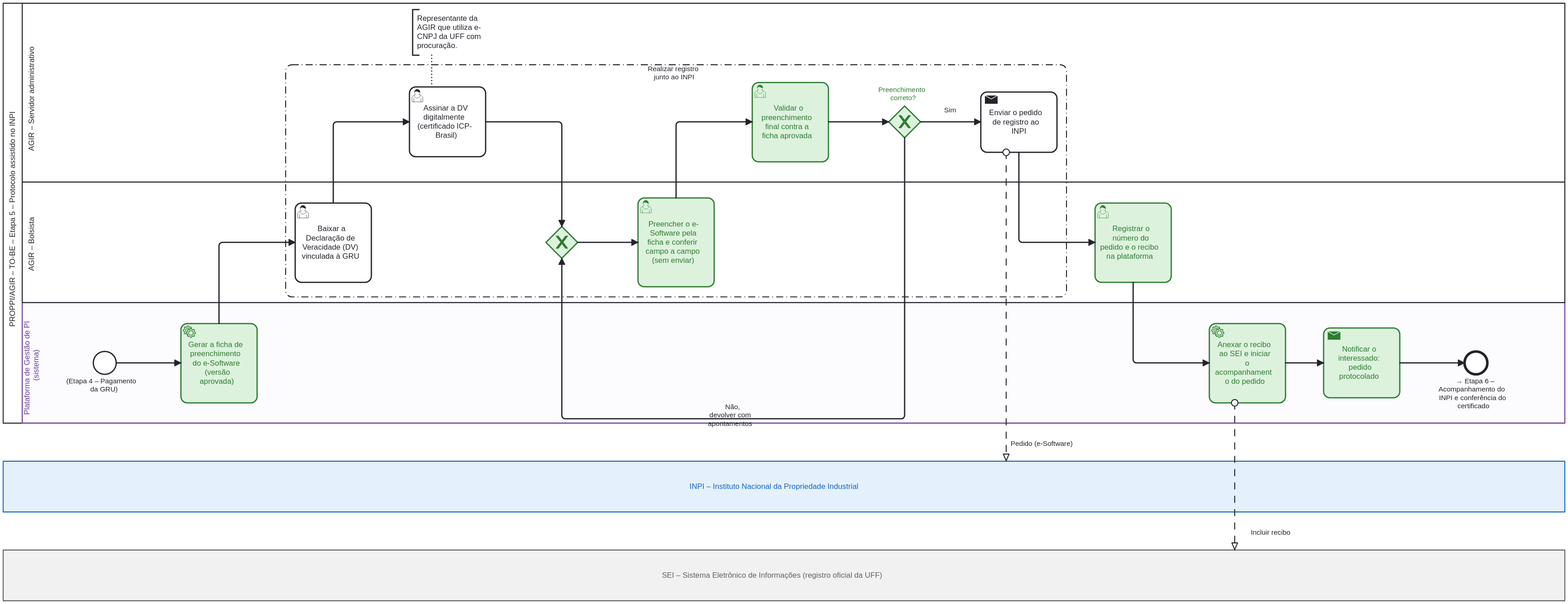
This is processos/registro-software/to-be/etapas/05-protocolo.svg from Amaro-peter/modelagem-bpmn-agir, a BPMN export, as it was before one commit. Its source is kept beside it as processos/registro-software/to-be/etapas/05-protocolo.bpmn. Ids are renumbered.
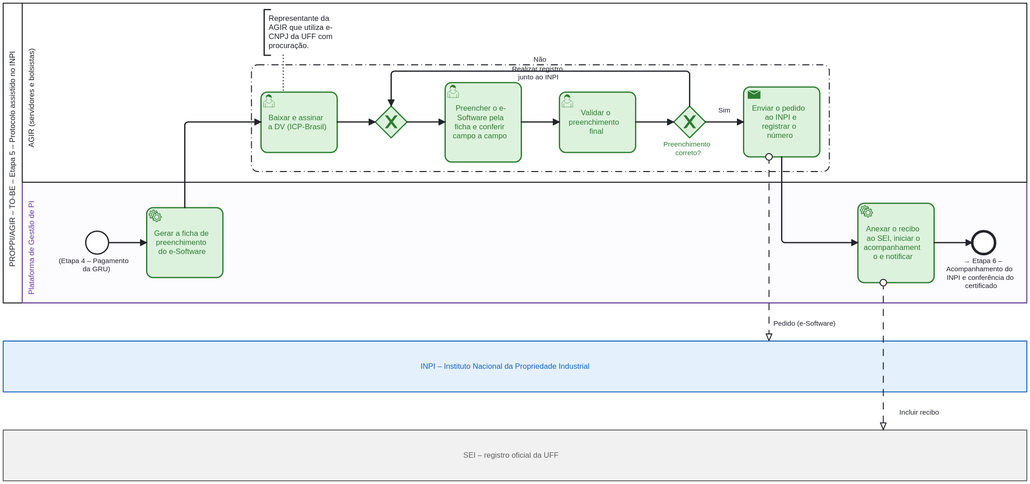
After the commit.

Change to the diagram source:
```diff
@@ -2,101 +2,81 @@
   <bpmn:collaboration id="Collab_ToBe_Registro_Software_Etapa5">
     <bpmn:participant id="Pool_PROPPI" name="PROPPI/AGIR – TO-BE – Etapa 5 – Protocolo assistido no INPI" processRef="ToBe_Registro_Software_Etapa5" />
     <bpmn:participant id="Pool_INPI" name="INPI – Instituto Nacional da Propriedade Industrial" />
-    <bpmn:participant id="Pool_SEI" name="SEI – Sistema Eletrônico de Informações (registro oficial da UFF)" />
+    <bpmn:participant id="Pool_SEI" name="SEI – registro oficial da UFF" />
     <bpmn:messageFlow id="Msg_1" name="Incluir recibo" sourceRef="t_monit" targetRef="Pool_SEI" />
     <bpmn:messageFlow id="Msg_2" name="Pedido (e-Software)" sourceRef="t_envia" targetRef="Pool_INPI" />
   </bpmn:collaboration>
   <bpmn:process id="ToBe_Registro_Software_Etapa5" name="PROPPI/AGIR – TO-BE – Etapa 5 – Protocolo assistido no INPI" isExecutable="false">
     <bpmn:laneSet id="ToBe_Registro_Software_Etapa5_lanes">
-      <bpmn:lane id="L_SERV" name="AGIR – Servidor administrativo">
-        <bpmn:flowNodeRef>t_dv_ass</bpmn:flowNodeRef>
+      <bpmn:lane id="L_AGIR" name="AGIR (servidores e bolsistas)">
+        <bpmn:flowNodeRef>t_dv</bpmn:flowNodeRef>
+        <bpmn:flowNodeRef>j_fill</bpmn:flowNodeRef>
+        <bpmn:flowNodeRef>t_fill</bpmn:flowNodeRef>
         <bpmn:flowNodeRef>t_valfinal</bpmn:flowNodeRef>
         <bpmn:flowNodeRef>g_valfinal</bpmn:flowNodeRef>
         <bpmn:flowNodeRef>t_envia</bpmn:flowNodeRef>
       </bpmn:lane>
-      <bpmn:lane id="L_BOLS" name="AGIR – Bolsista">
-        <bpmn:flowNodeRef>t_dv</bpmn:flowNodeRef>
-        <bpmn:flowNodeRef>j_fill</bpmn:flowNodeRef>
-        <bpmn:flowNodeRef>t_fill</bpmn:flowNodeRef>
-        <bpmn:flowNodeRef>t_recibo</bpmn:flowNodeRef>
-      </bpmn:lane>
-      <bpmn:lane id="L_PLAT" name="Plataforma de Gestão de PI (sistema)">
+      <bpmn:lane id="L_PLAT" name="Plataforma de Gestão de PI">
         <bpmn:flowNodeRef>t_ficha</bpmn:flowNodeRef>
         <bpmn:flowNodeRef>t_monit</bpmn:flowNodeRef>
-        <bpmn:flowNodeRef>t_not5</bpmn:flowNodeRef>
         <bpmn:flowNodeRef>ini_t_ficha_e4</bpmn:flowNodeRef>
-        <bpmn:flowNodeRef>fim_t_not5_e6</bpmn:flowNodeRef>
+        <bpmn:flowNodeRef>fim_t_monit_e6</bpmn:flowNodeRef>
       </bpmn:lane>
     </bpmn:laneSet>
-    <bpmn:serviceTask id="t_ficha" name="Gerar a ficha de preenchimento do e-Software (versão aprovada)">
+    <bpmn:serviceTask id="t_ficha" name="Gerar a ficha de preenchimento do e-Software">
       <bpmn:incoming>ToBe_Registro_Software_Etapa5_f1</bpmn:incoming>
       <bpmn:outgoing>ToBe_Registro_Software_Etapa5_f2</bpmn:outgoing>
     </bpmn:serviceTask>
-    <bpmn:userTask id="t_dv" name="Baixar a Declaração de Veracidade (DV) vinculada à GRU">
+    <bpmn:userTask id="t_dv" name="Baixar e assinar a DV (ICP-Brasil)">
       <bpmn:incoming>ToBe_Registro_Software_Etapa5_f2</bpmn:incoming>
       <bpmn:outgoing>ToBe_Registro_Software_Etapa5_f3</bpmn:outgoing>
     </bpmn:userTask>
-    <bpmn:userTask id="t_dv_ass" name="Assinar a DV digitalmente (certificado ICP-Brasil)">
+    <bpmn:exclusiveGateway id="j_fill">
       <bpmn:incoming>ToBe_Registro_Software_Etapa5_f3</bpmn:incoming>
+      <bpmn:incoming>ToBe_Registro_Software_Etapa5_f7</bpmn:incoming>
       <bpmn:outgoing>ToBe_Registro_Software_Etapa5_f4</bpmn:outgoing>
+    </bpmn:exclusiveGateway>
+    <bpmn:userTask id="t_fill" name="Preencher o e-Software pela ficha e conferir campo a campo">
+      <bpmn:incoming>ToBe_Registro_Software_Etapa5_f4</bpmn:incoming>
+      <bpmn:outgoing>ToBe_Registro_Software_Etapa5_f5</bpmn:outgoing>
     </bpmn:userTask>
-    <bpmn:exclusiveGateway id="j_fill">
-      <bpmn:incoming>ToBe_Registro_Software_Etapa5_f4</bpmn:incoming>
-      <bpmn:incoming>ToBe_Registro_Software_Etapa5_f8</bpmn:incoming>
-      <bpmn:outgoing>ToBe_Registro_Software_Etapa5_f5</bpmn:outgoing>
-    </bpmn:exclusiveGateway>
-    <bpmn:userTask id="t_fill" name="Preencher o e-Software pela ficha e conferir campo a campo (sem enviar)">
+    <bpmn:userTask id="t_valfinal" name="Validar o preenchimento final">
       <bpmn:incoming>ToBe_Registro_Software_Etapa5_f5</bpmn:incoming>
       <bpmn:outgoing>ToBe_Registro_Software_Etapa5_f6</bpmn:outgoing>
     </bpmn:userTask>
-    <bpmn:userTask id="t_valfinal" name="Validar o preenchimento final contra a ficha aprovada">
+    <bpmn:exclusiveGateway id="g_valfinal" name="Preenchimento correto?">
       <bpmn:incoming>ToBe_Registro_Software_Etapa5_f6</bpmn:incoming>
       <bpmn:outgoing>ToBe_Registro_Software_Etapa5_f7</bpmn:outgoing>
-    </bpmn:userTask>
-    <bpmn:exclusiveGateway id="g_valfinal" name="Preenchimento correto?">
-      <bpmn:incoming>ToBe_Registro_Software_Etapa5_f7</bpmn:incoming>
       <bpmn:outgoing>ToBe_Registro_Software_Etapa5_f8</bpmn:outgoing>
+    </bpmn:exclusiveGateway>
+    <bpmn:sendTask id="t_envia" name="Enviar o pedido ao INPI e registrar o número">
+      <bpmn:incoming>ToBe_Registro_Software_Etapa5_f8</bpmn:incoming>
       <bpmn:outgoing>ToBe_Registro_Software_Etapa5_f9</bpmn:outgoing>
-    </bpmn:exclusiveGateway>
-    <bpmn:sendTask id="t_envia" name="Enviar o pedido de registro ao INPI">
+    </bpmn:sendTask>
+    <bpmn:serviceTask id="t_monit" name="Anexar o recibo ao SEI, iniciar o acompanhamento e notificar">
       <bpmn:incoming>ToBe_Registro_Software_Etapa5_f9</bpmn:incoming>
       <bpmn:outgoing>ToBe_Registro_Software_Etapa5_f10</bpmn:outgoing>
-    </bpmn:sendTask>
-    <bpmn:userTask id="t_recibo" name="Registrar o número do pedido e o recibo na plataforma">
-      <bpmn:incoming>ToBe_Registro_Software_Etapa5_f10</bpmn:incoming>
-      <bpmn:outgoing>ToBe_Registro_Software_Etapa5_f11</bpmn:outgoing>
-    </bpmn:userTask>
-    <bpmn:serviceTask id="t_monit" name="Anexar o recibo ao SEI e iniciar o acompanhamento do pedido">
-      <bpmn:incoming>ToBe_Registro_Software_Etapa5_f11</bpmn:incoming>
-      <bpmn:outgoing>ToBe_Registro_Software_Etapa5_f12</bpmn:outgoing>
     </bpmn:serviceTask>
-    <bpmn:sendTask id="t_not5" name="Notificar o interessado: pedido protocolado">
-      <bpmn:incoming>ToBe_Registro_Software_Etapa5_f12</bpmn:incoming>
-      <bpmn:outgoing>ToBe_Registro_Software_Etapa5_f13</bpmn:outgoing>
-    </bpmn:sendTask>
     <bpmn:startEvent id="ini_t_ficha_e4" name="(Etapa 4 – Pagamento da GRU)">
       <bpmn:outgoing>ToBe_Registro_Software_Etapa5_f1</bpmn:outgoing>
     </bpmn:startEvent>
-    <bpmn:endEvent id="fim_t_not5_e6" name="→ Etapa 6 – Acompanhamento do INPI e conferência do certificado">
-      <bpmn:incoming>ToBe_Registro_Software_Etapa5_f13</bpmn:incoming>
+    <bpmn:endEvent id="fim_t_monit_e6" name="→ Etapa 6 – Acompanhamento do INPI e conferência do certificado">
+      <bpmn:incoming>ToBe_Registro_Software_Etapa5_f10</bpmn:incoming>
     </bpmn:endEvent>
     <bpmn:sequenceFlow id="ToBe_Registro_Software_Etapa5_f1" sourceRef="ini_t_ficha_e4" targetRef="t_ficha" />
     <bpmn:sequenceFlow id="ToBe_Registro_Software_Etapa5_f2" sourceRef="t_ficha" targetRef="t_dv" />
-    <bpmn:sequenceFlow id="ToBe_Registro_Software_Etapa5_f3" sourceRef="t_dv" targetRef="t_dv_ass" />
-    <bpmn:sequenceFlow id="ToBe_Registro_Software_Etapa5_f4" sourceRef="t_dv_ass" targetRef="j_fill" />
-    <bpmn:sequenceFlow id="ToBe_Registro_Software_Etapa5_f5" sourceRef="j_fill" targetRef="t_fill" />
-    <bpmn:sequenceFlow id="ToBe_Registro_Software_Etapa5_f6" sourceRef="t_fill" targetRef="t_valfinal" />
-    <bpmn:sequenceFlow id="ToBe_Registro_Software_Etapa5_f7" sourceRef="t_valfinal" targetRef="g_valfinal" />
-    <bpmn:sequenceFlow id="ToBe_Registro_Software_Etapa5_f8" name="Não, devolver com apontamentos" sourceRef="g_valfinal" targetRef="j_fill" />
-    <bpmn:sequenceFlow id="ToBe_Registro_Software_Etapa5_f9" name="Sim" sourceRef="g_valfinal" targetRef="t_envia" />
-    <bpmn:sequenceFlow id="ToBe_Registro_Software_Etapa5_f10" sourceRef="t_envia" targetRef="t_recibo" />
-    <bpmn:sequenceFlow id="ToBe_Registro_Software_Etapa5_f11" sourceRef="t_recibo" targetRef="t_monit" />
-    <bpmn:sequenceFlow id="ToBe_Registro_Software_Etapa5_f12" sourceRef="t_monit" targetRef="t_not5" />
-    <bpmn:sequenceFlow id="ToBe_Registro_Software_Etapa5_f13" sourceRef="t_not5" targetRef="fim_t_not5_e6" />
-    <bpmn:textAnnotation id="t_dv_ass_note">
+    <bpmn:sequenceFlow id="ToBe_Registro_Software_Etapa5_f3" sourceRef="t_dv" targetRef="j_fill" />
+    <bpmn:sequenceFlow id="ToBe_Registro_Software_Etapa5_f4" sourceRef="j_fill" targetRef="t_fill" />
+    <bpmn:sequenceFlow id="ToBe_Registro_Software_Etapa5_f5" sourceRef="t_fill" targetRef="t_valfinal" />
+    <bpmn:sequenceFlow id="ToBe_Registro_Software_Etapa5_f6" sourceRef="t_valfinal" targetRef="g_valfinal" />
+    <bpmn:sequenceFlow id="ToBe_Registro_Software_Etapa5_f7" name="Não" sourceRef="g_valfinal" targetRef="j_fill" />
+    <bpmn:sequenceFlow id="ToBe_Registro_Software_Etapa5_f8" name="Sim" sourceRef="g_valfinal" targetRef="t_envia" />
+    <bpmn:sequenceFlow id="ToBe_Registro_Software_Etapa5_f9" sourceRef="t_envia" targetRef="t_monit" />
+    <bpmn:sequenceFlow id="ToBe_Registro_Software_Etapa5_f10" sourceRef="t_monit" targetRef="fim_t_monit_e6" />
+    <bpmn:textAnnotation id="t_dv_note">
       <bpmn:text>Representante da AGIR que utiliza e-CNPJ da UFF com procuração.</bpmn:text>
     </bpmn:textAnnotation>
-    <bpmn:association id="t_dv_ass_assoc" sourceRef="t_dv_ass" targetRef="t_dv_ass_note" />
+    <bpmn:association id="t_dv_assoc" sourceRef="t_dv" targetRef="t_dv_note" />
     <bpmn:group id="G_REG_INPI" categoryValueRef="G_REG_INPI_cv" />
   </bpmn:process>
   <bpmn:category id="G_REG_INPI_cat">
@@ -105,153 +85,125 @@
   <bpmndi:BPMNDiagram id="BPMNDiagram_Collab_ToBe_Registro_Software_Etapa5">
     <bpmndi:BPMNPlane id="BPMNPlane_Collab_ToBe_Registro_Software_Etapa5" bpmnElement="Collab_ToBe_Registro_Software_Etapa5">
       <bpmndi:BPMNShape id="Pool_PROPPI_di" bpmnElement="Pool_PROPPI" isHorizontal="true">
-        <dc:Bounds x="0" y="0" width="2460" height="662" />
+        <dc:Bounds x="0" y="0" width="1612" height="472" />
       </bpmndi:BPMNShape>
-      <bpmndi:BPMNShape id="L_SERV_di" bpmnElement="L_SERV" isHorizontal="true">
-        <dc:Bounds x="30" y="0" width="2430" height="282" />
-      </bpmndi:BPMNShape>
-      <bpmndi:BPMNShape id="L_BOLS_di" bpmnElement="L_BOLS" isHorizontal="true">
-        <dc:Bounds x="30" y="282" width="2430" height="190" />
+      <bpmndi:BPMNShape id="L_AGIR_di" bpmnElement="L_AGIR" isHorizontal="true">
+        <dc:Bounds x="30" y="0" width="1582" height="282" />
       </bpmndi:BPMNShape>
       <bpmndi:BPMNShape id="L_PLAT_di" bpmnElement="L_PLAT" isHorizontal="true" bioc:stroke="#6a3d9a" bioc:fill="#f3eefa" color:background-color="#f3eefa" color:border-color="#6a3d9a">
-        <dc:Bounds x="30" y="472" width="2430" height="190" />
+        <dc:Bounds x="30" y="282" width="1582" height="190" />
       </bpmndi:BPMNShape>
       <bpmndi:BPMNShape id="G_REG_INPI_di" bpmnElement="G_REG_INPI">
-        <dc:Bounds x="445" y="97" width="1230" height="366" />
+        <dc:Bounds x="391" y="97" width="910" height="168" />
       </bpmndi:BPMNShape>
       <bpmndi:BPMNShape id="t_ficha_di" bpmnElement="t_ficha" bioc:stroke="#2e7d32" bioc:fill="#dcf2dc" color:background-color="#dcf2dc" color:border-color="#2e7d32">
-        <dc:Bounds x="280" y="505" width="120" height="125" />
+        <dc:Bounds x="226" y="322" width="120" height="110" />
       </bpmndi:BPMNShape>
-      <bpmndi:BPMNShape id="t_dv_di" bpmnElement="t_dv">
-        <dc:Bounds x="460" y="315" width="120" height="125" />
+      <bpmndi:BPMNShape id="t_dv_di" bpmnElement="t_dv" bioc:stroke="#2e7d32" bioc:fill="#dcf2dc" color:background-color="#dcf2dc" color:border-color="#2e7d32">
+        <dc:Bounds x="406" y="140" width="120" height="95" />
       </bpmndi:BPMNShape>
-      <bpmndi:BPMNShape id="t_dv_ass_di" bpmnElement="t_dv_ass">
-        <dc:Bounds x="640" y="132" width="120" height="110" />
+      <bpmndi:BPMNShape id="t_dv_note_di" bpmnElement="t_dv_note">
+        <dc:Bounds x="411" y="10" width="150" height="72" />
       </bpmndi:BPMNShape>
-      <bpmndi:BPMNShape id="t_dv_ass_note_di" bpmnElement="t_dv_ass_note">
-        <dc:Bounds x="645" y="10" width="150" height="72" />
-      </bpmndi:BPMNShape>
-      <bpmndi:BPMNEdge id="t_dv_ass_assoc_di" bpmnElement="t_dv_ass_assoc">
-        <di:waypoint x="675" y="82" />
-        <di:waypoint x="675" y="132" />
+      <bpmndi:BPMNEdge id="t_dv_assoc_di" bpmnElement="t_dv_assoc">
+        <di:waypoint x="441" y="82" />
+        <di:waypoint x="441" y="140" />
       </bpmndi:BPMNEdge>
       <bpmndi:BPMNShape id="j_fill_di" bpmnElement="j_fill" isMarkerVisible="true" bioc:stroke="#2e7d32" bioc:fill="#dcf2dc" color:background-color="#dcf2dc" color:border-color="#2e7d32">
-        <dc:Bounds x="855" y="352" width="50" height="50" />
+        <dc:Bounds x="586" y="162" width="50" height="50" />
       </bpmndi:BPMNShape>
       <bpmndi:BPMNShape id="t_fill_di" bpmnElement="t_fill" bioc:stroke="#2e7d32" bioc:fill="#dcf2dc" color:background-color="#dcf2dc" color:border-color="#2e7d32">
-        <dc:Bounds x="1000" y="307" width="120" height="140" />
+        <dc:Bounds x="696" y="125" width="120" height="125" />
       </bpmndi:BPMNShape>
       <bpmndi:BPMNShape id="t_valfinal_di" bpmnElement="t_valfinal" bioc:stroke="#2e7d32" bioc:fill="#dcf2dc" color:background-color="#dcf2dc" color:border-color="#2e7d32">
-        <dc:Bounds x="1180" y="125" width="120" height="125" />
+        <dc:Bounds x="876" y="140" width="120" height="95" />
       </bpmndi:BPMNShape>
       <bpmndi:BPMNShape id="g_valfinal_di" bpmnElement="g_valfinal" isMarkerVisible="true" bioc:stroke="#2e7d32" bioc:fill="#dcf2dc" color:background-color="#dcf2dc" color:border-color="#2e7d32">
-        <dc:Bounds x="1395" y="162" width="50" height="50" />
+        <dc:Bounds x="1056" y="162" width="50" height="50" />
         <bpmndi:BPMNLabel>
-          <dc:Bounds x="1355" y="130" width="130" height="28" />
+          <dc:Bounds x="1016" y="216" width="130" height="28" />
         </bpmndi:BPMNLabel>
       </bpmndi:BPMNShape>
-      <bpmndi:BPMNShape id="t_envia_di" bpmnElement="t_envia">
-        <dc:Bounds x="1540" y="140" width="120" height="95" />
-      </bpmndi:BPMNShape>
-      <bpmndi:BPMNShape id="t_recibo_di" bpmnElement="t_recibo" bioc:stroke="#2e7d32" bioc:fill="#dcf2dc" color:background-color="#dcf2dc" color:border-color="#2e7d32">
-        <dc:Bounds x="1720" y="315" width="120" height="125" />
+      <bpmndi:BPMNShape id="t_envia_di" bpmnElement="t_envia" bioc:stroke="#2e7d32" bioc:fill="#dcf2dc" color:background-color="#dcf2dc" color:border-color="#2e7d32">
+        <dc:Bounds x="1166" y="132" width="120" height="110" />
       </bpmndi:BPMNShape>
       <bpmndi:BPMNShape id="t_monit_di" bpmnElement="t_monit" bioc:stroke="#2e7d32" bioc:fill="#dcf2dc" color:background-color="#dcf2dc" color:border-color="#2e7d32">
-        <dc:Bounds x="1900" y="505" width="120" height="125" />
-      </bpmndi:BPMNShape>
-      <bpmndi:BPMNShape id="t_not5_di" bpmnElement="t_not5" bioc:stroke="#2e7d32" bioc:fill="#dcf2dc" color:background-color="#dcf2dc" color:border-color="#2e7d32">
-        <dc:Bounds x="2080" y="512" width="120" height="110" />
+        <dc:Bounds x="1346" y="315" width="120" height="125" />
       </bpmndi:BPMNShape>
       <bpmndi:BPMNShape id="ini_t_ficha_e4_di" bpmnElement="ini_t_ficha_e4">
-        <dc:Bounds x="142" y="549" width="36" height="36" />
+        <dc:Bounds x="130" y="359" width="36" height="36" />
         <bpmndi:BPMNLabel>
-          <dc:Bounds x="95" y="589" width="130" height="28" />
+          <dc:Bounds x="83" y="399" width="130" height="28" />
         </bpmndi:BPMNLabel>
       </bpmndi:BPMNShape>
-      <bpmndi:BPMNShape id="fim_t_not5_e6_di" bpmnElement="fim_t_not5_e6">
-        <dc:Bounds x="2302" y="549" width="36" height="36" />
+      <bpmndi:BPMNShape id="fim_t_monit_e6_di" bpmnElement="fim_t_monit_e6">
+        <dc:Bounds x="1526" y="359" width="36" height="36" />
         <bpmndi:BPMNLabel>
-          <dc:Bounds x="2255" y="589" width="130" height="56" />
+          <dc:Bounds x="1479" y="399" width="130" height="56" />
         </bpmndi:BPMNLabel>
       </bpmndi:BPMNShape>
       <bpmndi:BPMNEdge id="ToBe_Registro_Software_Etapa5_f1_di" bpmnElement="ToBe_Registro_Software_Etapa5_f1">
-        <di:waypoint x="178" y="567" />
-        <di:waypoint x="280" y="567" />
+        <di:waypoint x="166" y="377" />
+        <di:waypoint x="226" y="377" />
       </bpmndi:BPMNEdge>
       <bpmndi:BPMNEdge id="ToBe_Registro_Software_Etapa5_f2_di" bpmnElement="ToBe_Registro_Software_Etapa5_f2">
-        <di:waypoint x="340" y="505" />
-        <di:waypoint x="340" y="377" />
-        <di:waypoint x="460" y="377" />
+        <di:waypoint x="286" y="322" />
+        <di:waypoint x="286" y="187" />
+        <di:waypoint x="406" y="187" />
       </bpmndi:BPMNEdge>
       <bpmndi:BPMNEdge id="ToBe_Registro_Software_Etapa5_f3_di" bpmnElement="ToBe_Registro_Software_Etapa5_f3">
-        <di:waypoint x="520" y="315" />
-        <di:waypoint x="520" y="187" />
-        <di:waypoint x="640" y="187" />
+        <di:waypoint x="526" y="187" />
+        <di:waypoint x="586" y="187" />
       </bpmndi:BPMNEdge>
       <bpmndi:BPMNEdge id="ToBe_Registro_Software_Etapa5_f4_di" bpmnElement="ToBe_Registro_Software_Etapa5_f4">
-        <di:waypoint x="760" y="187" />
-        <di:waypoint x="880" y="187" />
-        <di:waypoint x="880" y="352" />
+        <di:waypoint x="636" y="187" />
+        <di:waypoint x="696" y="187" />
       </bpmndi:BPMNEdge>
       <bpmndi:BPMNEdge id="ToBe_Registro_Software_Etapa5_f5_di" bpmnElement="ToBe_Registro_Software_Etapa5_f5">
-        <di:waypoint x="905" y="377" />
-        <di:waypoint x="1000" y="377" />
+        <di:waypoint x="816" y="187" />
+        <di:waypoint x="876" y="187" />
       </bpmndi:BPMNEdge>
       <bpmndi:BPMNEdge id="ToBe_Registro_Software_Etapa5_f6_di" bpmnElement="ToBe_Registro_Software_Etapa5_f6">
-        <di:waypoint x="1060" y="307" />
-        <di:waypoint x="1060" y="187" />
-        <di:waypoint x="1180" y="187" />
+        <di:waypoint x="996" y="187" />
+        <di:waypoint x="1056" y="187" />
       </bpmndi:BPMNEdge>
       <bpmndi:BPMNEdge id="ToBe_Registro_Software_Etapa5_f7_di" bpmnElement="ToBe_Registro_Software_Etapa5_f7">
-        <di:waypoint x="1300" y="187" />
-        <di:waypoint x="1395" y="187" />
+        <di:waypoint x="1081" y="162" />
+        <di:waypoint x="1081" y="107" />
+        <di:waypoint x="611" y="107" />
+        <di:waypoint x="611" y="162" />
       </bpmndi:BPMNEdge>
       <bpmndi:BPMNEdge id="ToBe_Registro_Software_Etapa5_f8_di" bpmnElement="ToBe_Registro_Software_Etapa5_f8">
-        <di:waypoint x="1420" y="212" />
-        <di:waypoint x="1420" y="655" />
-        <di:waypoint x="880" y="655" />
-        <di:waypoint x="880" y="402" />
+        <di:waypoint x="1106" y="187" />
+        <di:waypoint x="1166" y="187" />
       </bpmndi:BPMNEdge>
       <bpmndi:BPMNEdge id="ToBe_Registro_Software_Etapa5_f9_di" bpmnElement="ToBe_Registro_Software_Etapa5_f9">
-        <di:waypoint x="1445" y="187" />
-        <di:waypoint x="1540" y="187" />
+        <di:waypoint x="1226" y="242" />
+        <di:waypoint x="1226" y="377" />
+        <di:waypoint x="1346" y="377" />
       </bpmndi:BPMNEdge>
       <bpmndi:BPMNEdge id="ToBe_Registro_Software_Etapa5_f10_di" bpmnElement="ToBe_Registro_Software_Etapa5_f10">
-        <di:waypoint x="1600" y="235" />
-        <di:waypoint x="1600" y="377" />
-        <di:waypoint x="1720" y="377" />
-      </bpmndi:BPMNEdge>
-      <bpmndi:BPMNEdge id="ToBe_Registro_Software_Etapa5_f11_di" bpmnElement="ToBe_Registro_Software_Etapa5_f11">
-        <di:waypoint x="1780" y="440" />
-        <di:waypoint x="1780" y="567" />
-        <di:waypoint x="1900" y="567" />
-      </bpmndi:BPMNEdge>
-      <bpmndi:BPMNEdge id="ToBe_Registro_Software_Etapa5_f12_di" bpmnElement="ToBe_Registro_Software_Etapa5_f12">
-        <di:waypoint x="2020" y="567" />
-        <di:waypoint x="2080" y="567" />
-      </bpmndi:BPMNEdge>
-      <bpmndi:BPMNEdge id="ToBe_Registro_Software_Etapa5_f13_di" bpmnElement="ToBe_Registro_Software_Etapa5_f13">
-        <di:waypoint x="2200" y="567" />
-        <di:waypoint x="2302" y="567" />
+        <di:waypoint x="1466" y="377" />
+        <di:waypoint x="1526" y="377" />
       </bpmndi:BPMNEdge>
       <bpmndi:BPMNShape id="Pool_INPI_di" bpmnElement="Pool_INPI" isHorizontal="true" bioc:stroke="#1565c0" bioc:fill="#e3f0fb" color:background-color="#e3f0fb" color:border-color="#1565c0">
-        <dc:Bounds x="0" y="722" width="2460" height="80" />
+        <dc:Bounds x="0" y="532" width="1612" height="80" />
       </bpmndi:BPMNShape>
       <bpmndi:BPMNShape id="Pool_SEI_di" bpmnElement="Pool_SEI" isHorizontal="true" bioc:stroke="#616161" bioc:fill="#f1f1f1" color:background-color="#f1f1f1" color:border-color="#616161">
-        <dc:Bounds x="0" y="862" width="2460" height="80" />
+        <dc:Bounds x="0" y="672" width="1612" height="80" />
       </bpmndi:BPMNShape>
       <bpmndi:BPMNEdge id="Msg_1_di" bpmnElement="Msg_1">
-        <di:waypoint x="1940" y="630" />
-        <di:waypoint x="1940" y="862" />
+        <di:waypoint x="1386" y="440" />
+        <di:waypoint x="1386" y="672" />
         <bpmndi:BPMNLabel>
-          <dc:Bounds x="1946" y="828" width="110" height="28" />
+          <dc:Bounds x="1392" y="638" width="110" height="28" />
         </bpmndi:BPMNLabel>
       </bpmndi:BPMNEdge>
       <bpmndi:BPMNEdge id="Msg_2_di" bpmnElement="Msg_2">
-        <di:waypoint x="1580" y="235" />
-        <di:waypoint x="1580" y="722" />
+        <di:waypoint x="1206" y="242" />
+        <di:waypoint x="1206" y="532" />
         <bpmndi:BPMNLabel>
-          <dc:Bounds x="1586" y="688" width="110" height="28" />
+          <dc:Bounds x="1212" y="498" width="110" height="28" />
         </bpmndi:BPMNLabel>
       </bpmndi:BPMNEdge>
     </bpmndi:BPMNPlane>
```
